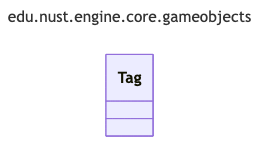
This is uml/generated/png/package_edu_nust_engine_core_gameobjects.png from zombie-zero-nust/zombie-zero, a Mermaid export, as it was before one commit. Its source is kept beside it as uml/generated/mmd/package_edu_nust_engine_core_gameobjects.mmd. Its diagram source:
```mermaid
---
title: edu.nust.engine.core.gameobjects
config:
  look: classic
  layout: dagre
  flowchart:
    curve: linear
  class:
    defaultRenderer: dagre-wrapper
---
classDiagram
class Tag
```
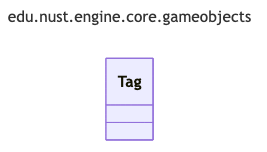
After the commit.

The edit, as a diff of the source:
```diff
@@ -2,11 +2,11 @@
 title: edu.nust.engine.core.gameobjects
 config:
   look: classic
-  layout: dagre
+  layout: elk
   flowchart:
     curve: linear
   class:
     defaultRenderer: dagre-wrapper
 ---
 classDiagram
-class Tag
+  class Tag
```
